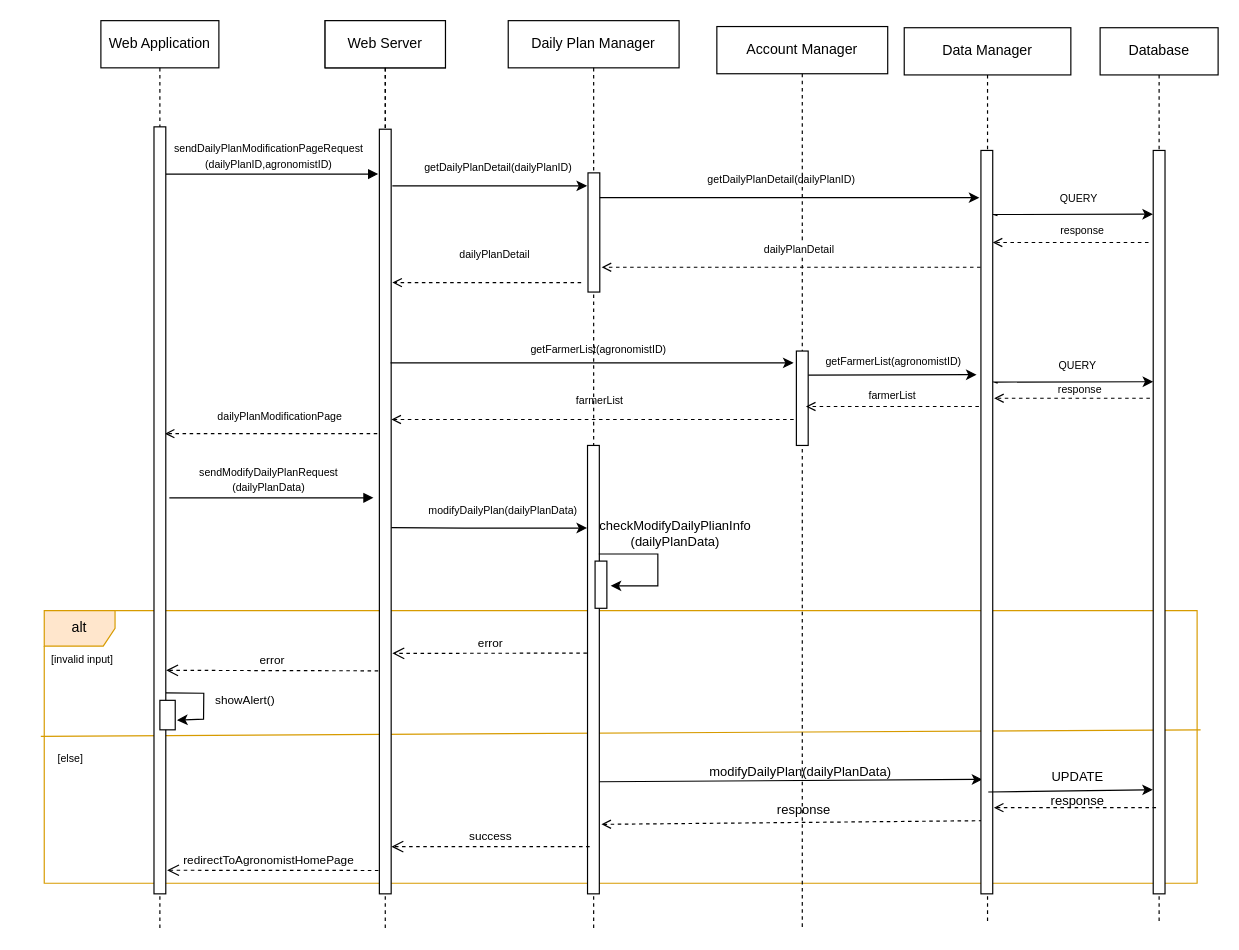
ictar/DREAM-SE2-Project-2022 keeps this draw.io diagram as page "A-ModifyDP-UC4" (4 of 18) of DD/UML/Runtime.drawio. Above is the earlier version. Source tidied: cells renumbered, new cells numbered last; positions are measured from the earlier drawing's top-left corner, leaving out a move shared by most shapes. Both pictures are drawn from the tidied source at 118%, with x=0, y=0 at pixel (20, 20).
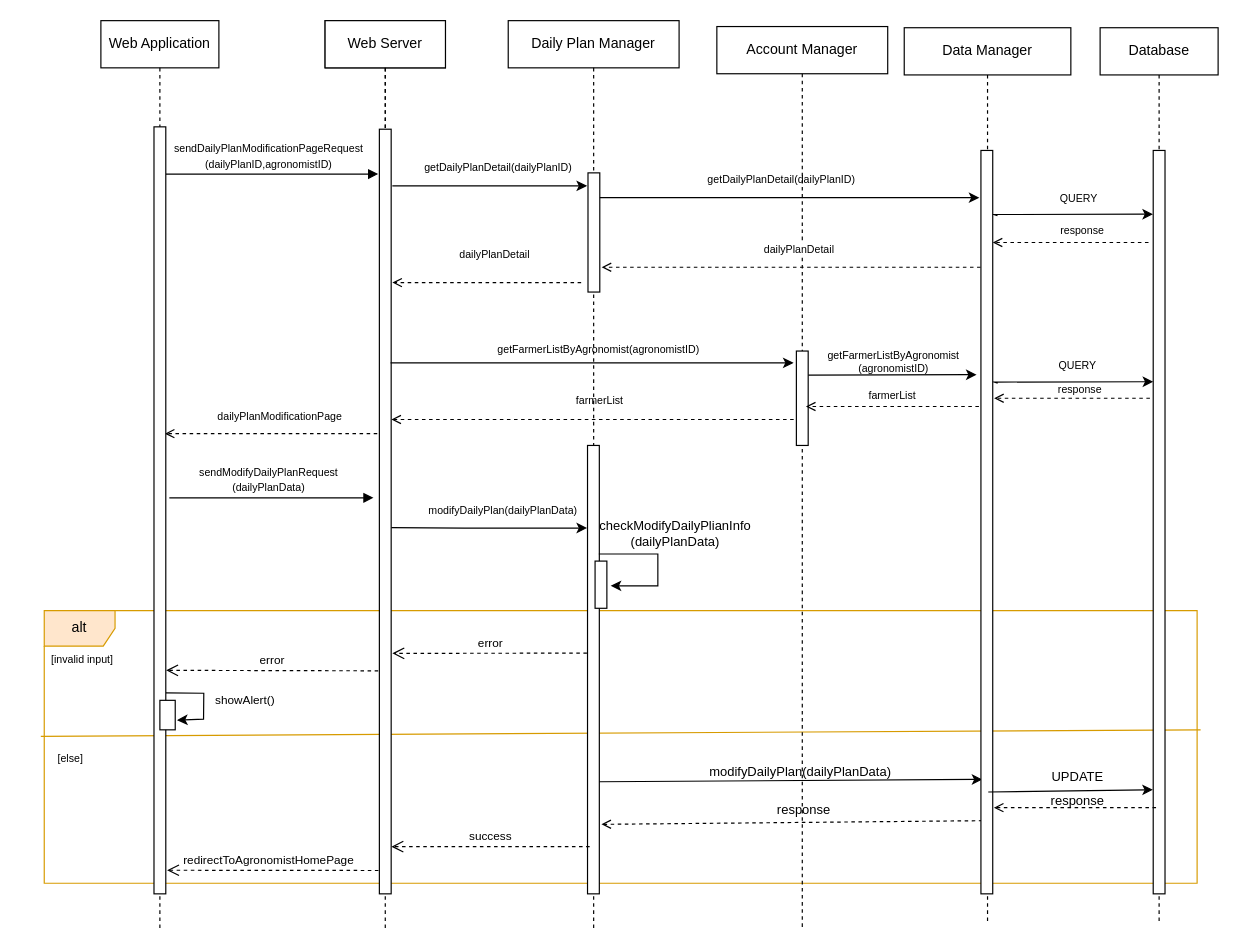
The same diagram, later.

Change to the diagram source:
```diff
@@
-    <mxCell id="24" value="getFarmerList(agronomistID)" style="text;html=1;strokeColor=none;fillColor=none;align=center;verticalAlign=middle;whiteSpace=wrap;rounded=0;labelBackgroundColor=none;fontFamily=Helvetica;fontSize=9;" parent="1" vertex="1">
+    <mxCell id="24" value="getFarmerListByAgronomist(agronomistID)" style="text;html=1;strokeColor=none;fillColor=none;align=center;verticalAlign=middle;whiteSpace=wrap;rounded=0;labelBackgroundColor=none;fontFamily=Helvetica;fontSize=9;" parent="1" vertex="1">
       <mxGeometry x="460.4" y="264" width="60" height="30" as="geometry" />
     </mxCell>
-    <mxCell id="25" value="getFarmerList(agronomistID)" style="text;html=1;strokeColor=none;fillColor=none;align=center;verticalAlign=middle;whiteSpace=wrap;rounded=0;labelBackgroundColor=none;fontFamily=Helvetica;fontSize=9;" parent="1" vertex="1">
+    <mxCell id="25" value="getFarmerListByAgronomist&lt;br&gt;(agronomistID)" style="text;html=1;strokeColor=none;fillColor=none;align=center;verticalAlign=middle;whiteSpace=wrap;rounded=0;labelBackgroundColor=none;fontFamily=Helvetica;fontSize=9;" parent="1" vertex="1">
       <mxGeometry x="710" y="274" width="60" height="30" as="geometry" />
     </mxCell>
```
